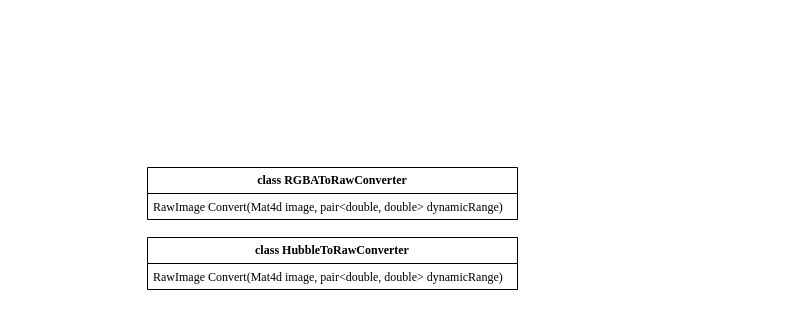
SpatiumOwl/ComplexSky-2.0 keeps this draw.io diagram as page "RawTextureConverters" (2 of 9) of Docs/Class diagrams.drawio. Above is the earlier version. Source tidied: cells renumbered, new cells numbered last; positions are measured from the earlier drawing's top-left corner, leaving out a move shared by most shapes. Both pictures are drawn from the tidied source at 100%, with x=0, y=0 at pixel (147, 167).
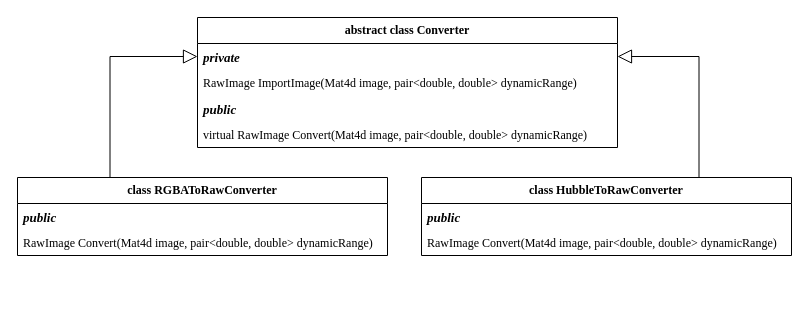
Above is the later version.

Commit message (it also covers changes not shown here):
Added Converter and implemented RGBAToRawConverter and HubbleToRawConverter

Change to the diagram source:
```diff
@@
 <mxGraphModel>
   <root>
     <mxCell id="0" />
     <mxCell id="1" parent="0" />
+    <mxCell id="6" style="edgeStyle=orthogonalEdgeStyle;rounded=0;jettySize=auto;html=1;exitX=0.25;exitY=0;exitDx=0;exitDy=0;entryX=0;entryY=0.5;entryDx=0;entryDy=0;endArrow=block;endFill=0;startSize=6;strokeWidth=1;endSize=12;" parent="1" edge="1" source="2" target="11">
+      <mxGeometry relative="1" as="geometry" />
+    </mxCell>
     <mxCell id="2" value="class RGBAToRawConverter" style="swimlane;fontStyle=1;horizontal=1;startSize=26;fillColor=none;whiteSpace=wrap;html=1;fontFamily=Times New Roman;" parent="1" vertex="1">
-      <mxGeometry width="370" height="52" as="geometry" />
+      <mxGeometry x="-130" y="10" width="370" height="78" as="geometry" />
     </mxCell>
+    <mxCell id="7" value="public" style="text;strokeColor=none;fillColor=none;align=left;verticalAlign=top;spacingLeft=4;spacingRight=4;overflow=hidden;fontStyle=3;fontFamily=Times New Roman;fontSize=13;" parent="2" vertex="1">
+      <mxGeometry y="26" width="370" height="26" as="geometry" />
+    </mxCell>
     <mxCell id="3" value="RawImage Convert(Mat4d image,&amp;nbsp;pair&amp;lt;double, double&amp;gt; dynamicRange)" style="text;strokeColor=none;fillColor=none;align=left;verticalAlign=top;spacingLeft=4;spacingRight=4;overflow=hidden;whiteSpace=wrap;html=1;fontFamily=Times New Roman;" parent="2" vertex="1">
-      <mxGeometry y="26" width="370" height="26" as="geometry" />
+      <mxGeometry y="52" width="370" height="26" as="geometry" />
     </mxCell>
+    <mxCell id="8" style="edgeStyle=orthogonalEdgeStyle;rounded=0;jettySize=auto;html=1;exitX=0.75;exitY=0;exitDx=0;exitDy=0;entryX=1;entryY=0.5;entryDx=0;entryDy=0;endArrow=block;endFill=0;endSize=12;" parent="1" edge="1" source="4" target="11">
+      <mxGeometry relative="1" as="geometry" />
+    </mxCell>
     <mxCell id="4" value="class HubbleToRawConverter" style="swimlane;fontStyle=1;horizontal=1;startSize=26;fillColor=none;whiteSpace=wrap;html=1;fontFamily=Times New Roman;" parent="1" vertex="1">
-      <mxGeometry y="70" width="370" height="52" as="geometry" />
+      <mxGeometry x="274" y="10" width="370" height="78" as="geometry" />
     </mxCell>
+    <mxCell id="9" value="public" style="text;strokeColor=none;fillColor=none;align=left;verticalAlign=top;spacingLeft=4;spacingRight=4;overflow=hidden;fontStyle=3;fontFamily=Times New Roman;fontSize=13;" parent="4" vertex="1">
+      <mxGeometry y="26" width="370" height="26" as="geometry" />
+    </mxCell>
     <mxCell id="5" value="RawImage Convert(Mat4d image,&amp;nbsp;pair&amp;lt;double, double&amp;gt; dynamicRange)" style="text;strokeColor=none;fillColor=none;align=left;verticalAlign=top;spacingLeft=4;spacingRight=4;overflow=hidden;whiteSpace=wrap;html=1;fontFamily=Times New Roman;" parent="4" vertex="1">
-      <mxGeometry y="26" width="370" height="26" as="geometry" />
+      <mxGeometry y="52" width="370" height="26" as="geometry" />
     </mxCell>
+    <mxCell id="10" value="abstract class Converter" style="swimlane;fontStyle=1;horizontal=1;startSize=26;fillColor=none;whiteSpace=wrap;html=1;fontFamily=Times New Roman;" parent="1" vertex="1">
+      <mxGeometry x="50" y="-150" width="420" height="130" as="geometry" />
+    </mxCell>
+    <mxCell id="11" value="private" style="text;strokeColor=none;fillColor=none;align=left;verticalAlign=top;spacingLeft=4;spacingRight=4;overflow=hidden;points=[[0,0.5],[1,0.5]];portConstraint=eastwest;fontStyle=3;fontFamily=Times New Roman;fontSize=13;" parent="10" vertex="1">
+      <mxGeometry y="26" width="420" height="26" as="geometry" />
+    </mxCell>
+    <mxCell id="12" value="RawImage ImportImage(Mat4d image,&amp;nbsp;pair&amp;lt;double, double&amp;gt; dynamicRange)" style="text;strokeColor=none;fillColor=none;align=left;verticalAlign=top;spacingLeft=4;spacingRight=4;overflow=hidden;whiteSpace=wrap;html=1;fontFamily=Times New Roman;" parent="10" vertex="1">
+      <mxGeometry y="52" width="420" height="26" as="geometry" />
+    </mxCell>
+    <mxCell id="13" value="public" style="text;strokeColor=none;fillColor=none;align=left;verticalAlign=top;spacingLeft=4;spacingRight=4;overflow=hidden;fontStyle=3;fontFamily=Times New Roman;fontSize=13;" parent="10" vertex="1">
+      <mxGeometry y="78" width="420" height="26" as="geometry" />
+    </mxCell>
+    <mxCell id="14" value="virtual RawImage Convert(Mat4d image,&amp;nbsp;pair&amp;lt;double, double&amp;gt; dynamicRange)" style="text;strokeColor=none;fillColor=none;align=left;verticalAlign=top;spacingLeft=4;spacingRight=4;overflow=hidden;whiteSpace=wrap;html=1;fontFamily=Times New Roman;" parent="10" vertex="1">
+      <mxGeometry y="104" width="420" height="26" as="geometry" />
+    </mxCell>
   </root>
 </mxGraphModel>
```
